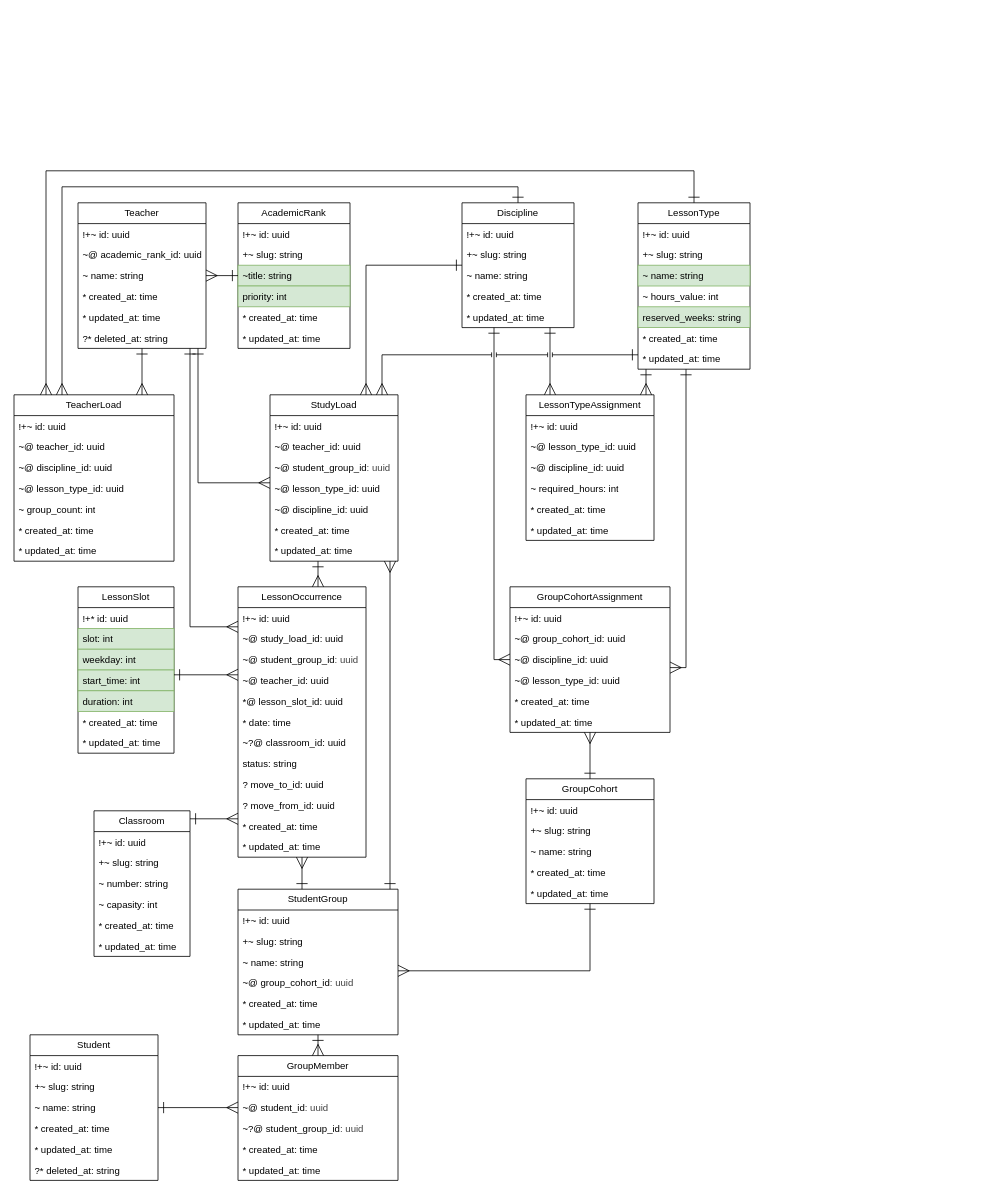
Above: page "Schedule" (5 of 11) of docs/entity_relationship.drawio in IrusHunter/duckademic (draw.io), before the change. Source tidied: cells renumbered, new cells numbered last; positions are measured from the earlier drawing's top-left corner, leaving out a move shared by most shapes. Both pictures are drawn from the tidied source at 80%, with x=0, y=0 at pixel (14, 170).
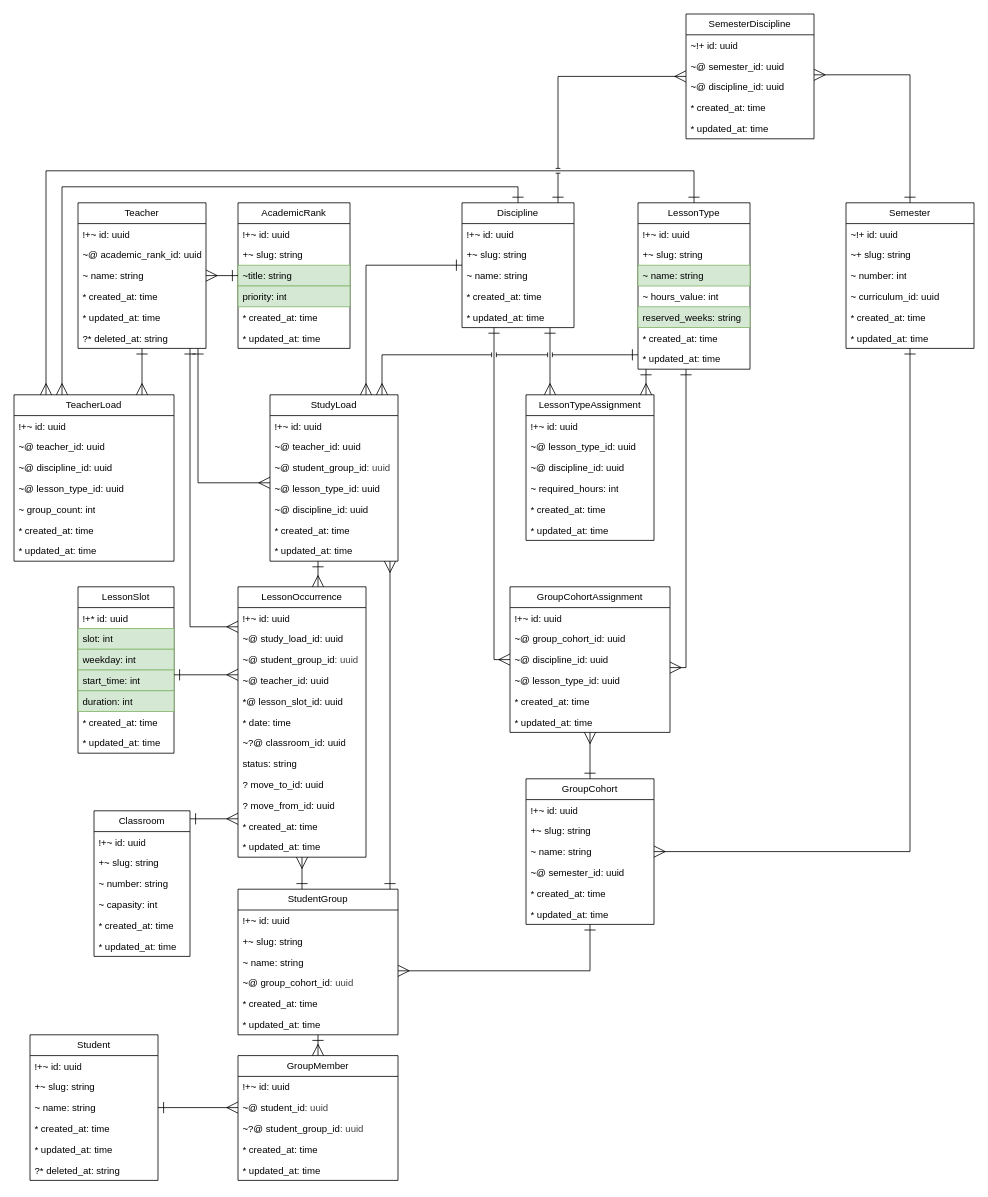
Above is the later version.

Unchanged cells that the change refers to:
```xml
<mxCell id="17" value="Discipline" style="swimlane;fontStyle=0;horizontal=1;startSize=26;fillColor=none;whiteSpace=wrap;html=1;" parent="1" vertex="1">
  <mxGeometry x="560" y="40" width="140" height="156" as="geometry" />
</mxCell>
```

Change to the diagram source:
```diff
@@
     <mxCell id="73" value="GroupCohort" style="swimlane;fontStyle=0;horizontal=1;startSize=26;fillColor=none;whiteSpace=wrap;html=1;" parent="1" vertex="1">
-      <mxGeometry x="640" y="760" width="160" height="156" as="geometry" />
+      <mxGeometry x="640" y="760" width="160" height="182" as="geometry" />
     </mxCell>
@@
+    <mxCell id="135" value="~@ semester_id: uuid" style="text;strokeColor=none;fillColor=none;align=left;verticalAlign=top;spacingLeft=4;spacingRight=4;overflow=hidden;whiteSpace=wrap;html=1;" parent="73" vertex="1">
+      <mxGeometry y="104" width="160" height="26" as="geometry" />
+    </mxCell>
     <mxCell id="77" value="* created_at: time" style="text;strokeColor=none;fillColor=none;align=left;verticalAlign=top;spacingLeft=4;spacingRight=4;overflow=hidden;whiteSpace=wrap;html=1;" parent="73" vertex="1">
-      <mxGeometry y="104" width="160" height="26" as="geometry" />
+      <mxGeometry y="130" width="160" height="26" as="geometry" />
     </mxCell>
     <mxCell id="78" value="* updated_at: time" style="text;strokeColor=none;fillColor=none;align=left;verticalAlign=top;spacingLeft=4;spacingRight=4;overflow=hidden;whiteSpace=wrap;html=1;" parent="73" vertex="1">
-      <mxGeometry y="130" width="160" height="26" as="geometry" />
+      <mxGeometry y="156" width="160" height="26" as="geometry" />
     </mxCell>
@@
+    <mxCell id="136" value="Semester" style="swimlane;fontStyle=0;horizontal=1;startSize=26;fillColor=none;whiteSpace=wrap;html=1;" parent="1" vertex="1">
+      <mxGeometry x="1040" y="40" width="160" height="182" as="geometry" />
+    </mxCell>
+    <mxCell id="137" value="~!+ id: uuid" style="text;strokeColor=none;fillColor=none;align=left;verticalAlign=top;spacingLeft=4;spacingRight=4;overflow=hidden;whiteSpace=wrap;html=1;" parent="136" vertex="1">
+      <mxGeometry y="26" width="160" height="26" as="geometry" />
+    </mxCell>
+    <mxCell id="138" value="~+ slug: string" style="text;strokeColor=none;fillColor=none;align=left;verticalAlign=top;spacingLeft=4;spacingRight=4;overflow=hidden;whiteSpace=wrap;html=1;" parent="136" vertex="1">
+      <mxGeometry y="52" width="160" height="26" as="geometry" />
+    </mxCell>
+    <mxCell id="139" value="~ number: int" style="text;align=left;verticalAlign=top;spacingLeft=4;spacingRight=4;overflow=hidden;whiteSpace=wrap;html=1;" parent="136" vertex="1">
+      <mxGeometry y="78" width="160" height="26" as="geometry" />
+    </mxCell>
+    <mxCell id="140" value="~ curriculum_id: uuid" style="text;align=left;verticalAlign=top;spacingLeft=4;spacingRight=4;overflow=hidden;whiteSpace=wrap;html=1;" parent="136" vertex="1">
+      <mxGeometry y="104" width="160" height="26" as="geometry" />
+    </mxCell>
+    <mxCell id="141" value="* created_at: time" style="text;strokeColor=none;fillColor=none;align=left;verticalAlign=top;spacingLeft=4;spacingRight=4;overflow=hidden;whiteSpace=wrap;html=1;" parent="136" vertex="1">
+      <mxGeometry y="130" width="160" height="26" as="geometry" />
+    </mxCell>
+    <mxCell id="142" value="* updated_at: time" style="text;strokeColor=none;fillColor=none;align=left;verticalAlign=top;spacingLeft=4;spacingRight=4;overflow=hidden;whiteSpace=wrap;html=1;" parent="136" vertex="1">
+      <mxGeometry y="156" width="160" height="26" as="geometry" />
+    </mxCell>
+    <mxCell id="143" value="SemesterDiscipline" style="swimlane;fontStyle=0;horizontal=1;startSize=26;fillColor=none;whiteSpace=wrap;html=1;" parent="1" vertex="1">
+      <mxGeometry x="840" y="-196" width="160" height="156" as="geometry" />
+    </mxCell>
+    <mxCell id="144" value="~!+ id: uuid" style="text;strokeColor=none;fillColor=none;align=left;verticalAlign=top;spacingLeft=4;spacingRight=4;overflow=hidden;whiteSpace=wrap;html=1;" parent="143" vertex="1">
+      <mxGeometry y="26" width="160" height="26" as="geometry" />
+    </mxCell>
+    <mxCell id="145" value="~@ semester_id: uuid" style="text;strokeColor=none;fillColor=none;align=left;verticalAlign=top;spacingLeft=4;spacingRight=4;overflow=hidden;whiteSpace=wrap;html=1;" parent="143" vertex="1">
+      <mxGeometry y="52" width="160" height="26" as="geometry" />
+    </mxCell>
+    <mxCell id="146" value="~@ discipline_id: uuid" style="text;strokeColor=none;fillColor=none;align=left;verticalAlign=top;spacingLeft=4;spacingRight=4;overflow=hidden;whiteSpace=wrap;html=1;" parent="143" vertex="1">
+      <mxGeometry y="78" width="160" height="26" as="geometry" />
+    </mxCell>
+    <mxCell id="147" value="* created_at: time" style="text;strokeColor=none;fillColor=none;align=left;verticalAlign=top;spacingLeft=4;spacingRight=4;overflow=hidden;whiteSpace=wrap;html=1;" parent="143" vertex="1">
+      <mxGeometry y="104" width="160" height="26" as="geometry" />
+    </mxCell>
+    <mxCell id="148" value="* updated_at: time" style="text;strokeColor=none;fillColor=none;align=left;verticalAlign=top;spacingLeft=4;spacingRight=4;overflow=hidden;whiteSpace=wrap;html=1;" parent="143" vertex="1">
+      <mxGeometry y="130" width="160" height="26" as="geometry" />
+    </mxCell>
+    <mxCell id="149" style="edgeStyle=orthogonalEdgeStyle;html=1;startArrow=ERone;startFill=0;endArrow=ERmany;endFill=0;endSize=12;startSize=12;strokeWidth=1;rounded=0;curved=0;jumpStyle=line;" parent="1" edge="1" source="136" target="143">
+      <mxGeometry relative="1" as="geometry">
+        <Array as="points">
+          <mxPoint x="1120" y="-120" />
+        </Array>
+      </mxGeometry>
+    </mxCell>
+    <mxCell id="150" style="edgeStyle=orthogonalEdgeStyle;html=1;startArrow=ERone;startFill=0;endArrow=ERmany;endFill=0;endSize=12;startSize=12;strokeWidth=1;rounded=0;curved=0;jumpStyle=line;" parent="1" edge="1" source="17" target="143">
+      <mxGeometry relative="1" as="geometry">
+        <Array as="points">
+          <mxPoint x="680" y="-118" />
+        </Array>
+      </mxGeometry>
+    </mxCell>
+    <mxCell id="151" style="edgeStyle=orthogonalEdgeStyle;html=1;startArrow=ERone;startFill=0;endArrow=ERmany;endFill=0;endSize=12;startSize=12;strokeWidth=1;rounded=0;curved=0;jumpStyle=line;" parent="1" edge="1" source="136" target="73">
+      <mxGeometry relative="1" as="geometry">
+        <Array as="points">
+          <mxPoint x="1120" y="851" />
+        </Array>
+      </mxGeometry>
+    </mxCell>
```
